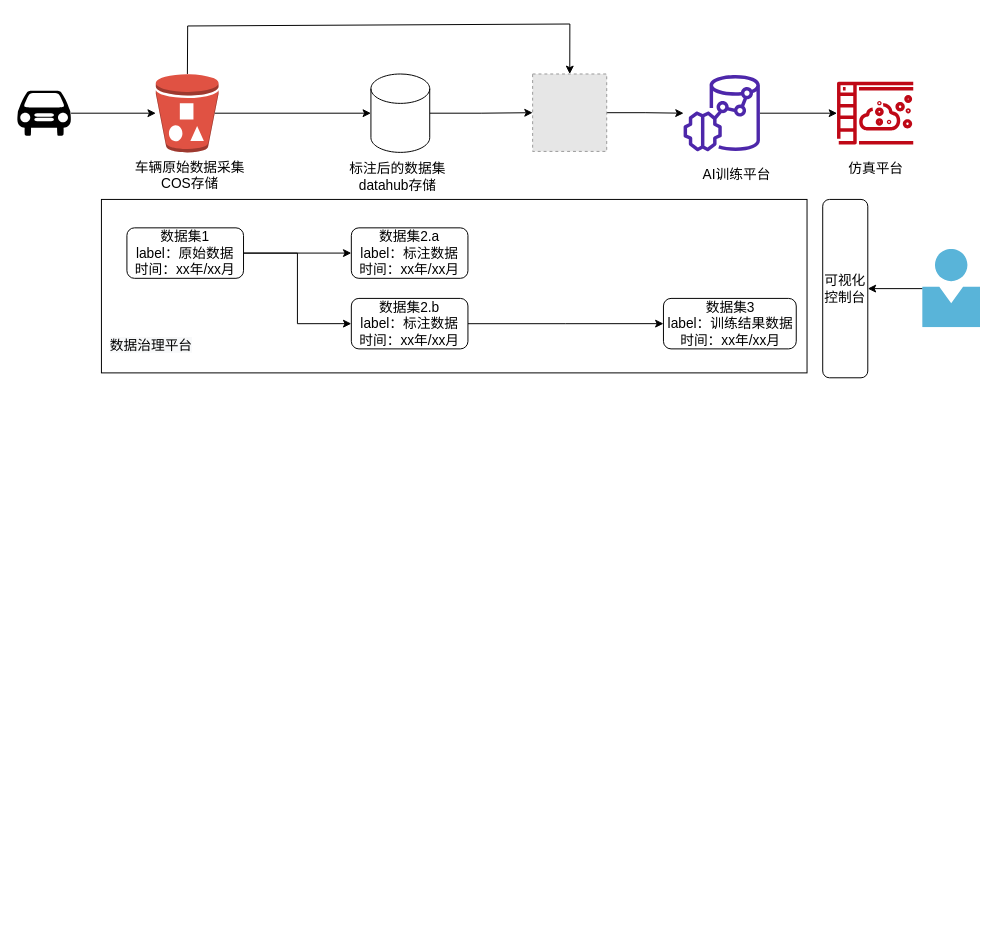
Above: page "场景设计" (1 of 2) of datahub.drawio in wangnan8791/document (draw.io), before the change. Source tidied: cells renumbered, new cells numbered last; positions are measured from the earlier drawing's top-left corner, leaving out a move shared by most shapes. Both pictures are drawn from the tidied source at 98%, with x=0, y=0 at pixel (17, 24). Pictures stored in the file or linked from it are replaced by grey dashed boxes.
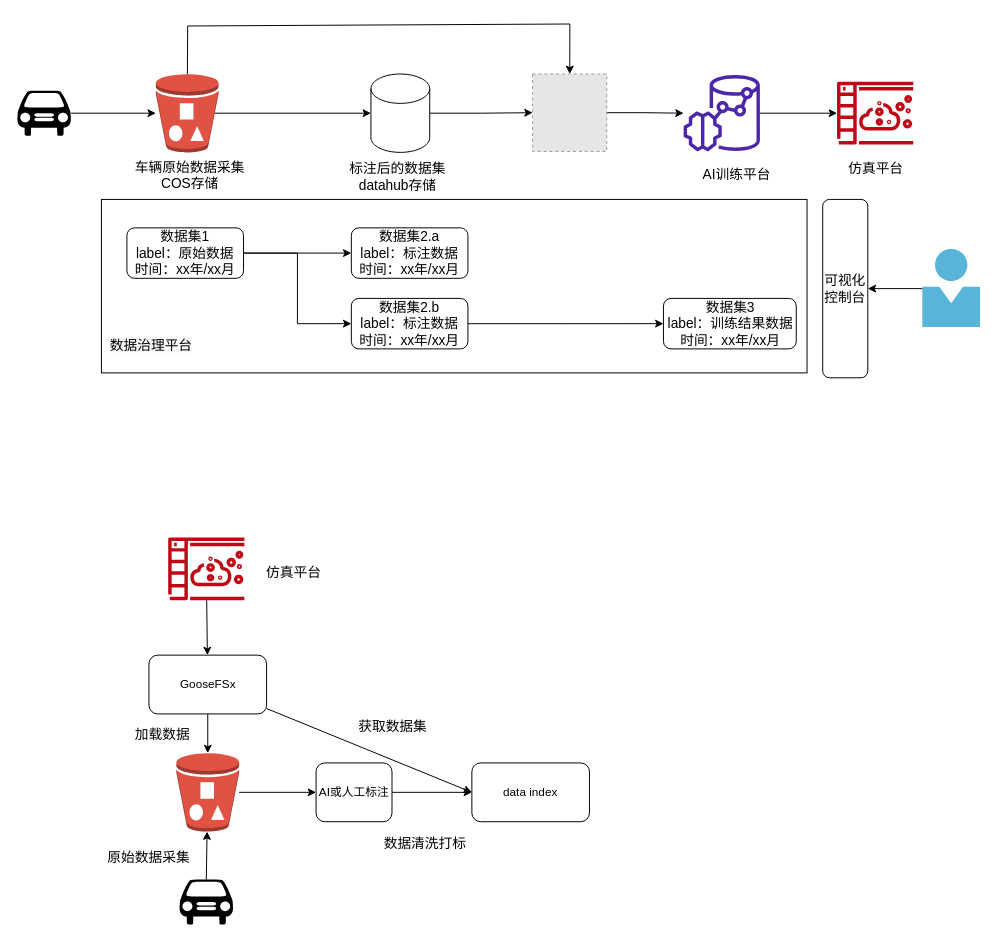
After the change.

The edit, as a diff of the source:
```diff
@@
+    <mxCell id="31" style="outlineConnect=0;dashed=0;verticalLabelPosition=bottom;verticalAlign=top;align=center;html=1;shape=mxgraph.aws3.bucket_with_objects;fillColor=#E05243;gradientColor=none;" parent="1" vertex="1">
+      <mxGeometry x="162.5" y="744" width="64" height="80" as="geometry" />
+    </mxCell>
+    <mxCell id="32" value="GooseFSx" style="rounded=1;whiteSpace=wrap;html=1;" parent="1" vertex="1">
+      <mxGeometry x="134.5" y="644" width="120" height="60" as="geometry" />
+    </mxCell>
+    <mxCell id="33" value="data index" style="rounded=1;whiteSpace=wrap;html=1;" parent="1" vertex="1">
+      <mxGeometry x="464" y="754" width="120" height="60" as="geometry" />
+    </mxCell>
+    <mxCell id="34" style="endArrow=classic;html=1;rounded=0;entryX=0;entryY=0.5;entryDx=0;entryDy=0;" parent="1" edge="1" source="32" target="33">
+      <mxGeometry relative="1" as="geometry" />
+    </mxCell>
+    <mxCell id="35" style="endArrow=classic;html=1;rounded=0;exitX=0.5;exitY=1;exitDx=0;exitDy=0;" parent="1" edge="1" source="32" target="31">
+      <mxGeometry relative="1" as="geometry" />
+    </mxCell>
+    <mxCell id="36" style="sketch=0;outlineConnect=0;fontColor=#232F3E;gradientColor=none;fillColor=#BF0816;strokeColor=none;dashed=0;verticalLabelPosition=bottom;verticalAlign=top;align=center;html=1;fontSize=12;fontStyle=0;shape=mxgraph.aws4.simulation;" parent="1" vertex="1">
+      <mxGeometry x="154" y="524" width="78" height="64" as="geometry" />
+    </mxCell>
+    <mxCell id="37" value="&lt;font style=&quot;font-size: 14px;&quot;&gt;仿真平台&lt;br&gt;&lt;/font&gt;" style="text;html=1;align=center;verticalAlign=middle;strokeColor=none;fillColor=none;" parent="1" vertex="1">
+      <mxGeometry x="244.5" y="545" width="74" height="29" as="geometry" />
+    </mxCell>
+    <mxCell id="38" style="endArrow=classic;html=1;rounded=0;" parent="1" edge="1" source="36" target="32">
+      <mxGeometry relative="1" as="geometry" />
+    </mxCell>
+    <mxCell id="39" value="&lt;font style=&quot;font-size: 14px;&quot;&gt;加载数据&lt;br&gt;&lt;/font&gt;" style="text;html=1;align=center;verticalAlign=middle;strokeColor=none;fillColor=none;" parent="1" vertex="1">
+      <mxGeometry x="111" y="710" width="74" height="29" as="geometry" />
+    </mxCell>
+    <mxCell id="40" value="&lt;font style=&quot;font-size: 14px;&quot;&gt;获取数据集&lt;br&gt;&lt;/font&gt;" style="text;html=1;align=center;verticalAlign=middle;strokeColor=none;fillColor=none;" parent="1" vertex="1">
+      <mxGeometry x="339" y="702" width="88" height="29" as="geometry" />
+    </mxCell>
+    <mxCell id="41" style="shape=mxgraph.signs.transportation.car_1;html=1;fillColor=#000000;strokeColor=none;verticalLabelPosition=bottom;verticalAlign=top;align=center;" parent="1" vertex="1">
+      <mxGeometry x="165.5" y="873" width="55" height="46" as="geometry" />
+    </mxCell>
+    <mxCell id="42" value="&lt;font style=&quot;font-size: 14px;&quot;&gt;原始数据采集&lt;br&gt;&lt;/font&gt;" style="text;html=1;align=center;verticalAlign=middle;strokeColor=none;fillColor=none;" parent="1" vertex="1">
+      <mxGeometry x="83" y="836" width="102" height="29" as="geometry" />
+    </mxCell>
+    <mxCell id="43" style="endArrow=classic;html=1;rounded=0;exitX=0.5;exitY=0;exitDx=0;exitDy=0;exitPerimeter=0;" parent="1" edge="1" source="41" target="31">
+      <mxGeometry relative="1" as="geometry" />
+    </mxCell>
+    <mxCell id="44" style="endArrow=classic;html=1;rounded=0;" parent="1" edge="1" source="31" target="47">
+      <mxGeometry relative="1" as="geometry" />
+    </mxCell>
+    <mxCell id="45" value="&lt;font style=&quot;font-size: 14px;&quot;&gt;数据清洗打标&lt;br&gt;&lt;/font&gt;" style="text;html=1;align=center;verticalAlign=middle;strokeColor=none;fillColor=none;" parent="1" vertex="1">
+      <mxGeometry x="365" y="821" width="102" height="29" as="geometry" />
+    </mxCell>
+    <mxCell id="46" style="edgeStyle=orthogonalEdgeStyle;rounded=0;jettySize=auto;html=1;" parent="1" edge="1" source="47" target="33">
+      <mxGeometry relative="1" as="geometry" />
+    </mxCell>
+    <mxCell id="47" value="AI或人工标注" style="rounded=1;whiteSpace=wrap;html=1;" parent="1" vertex="1">
+      <mxGeometry x="305" y="754" width="77.5" height="60" as="geometry" />
+    </mxCell>
```
